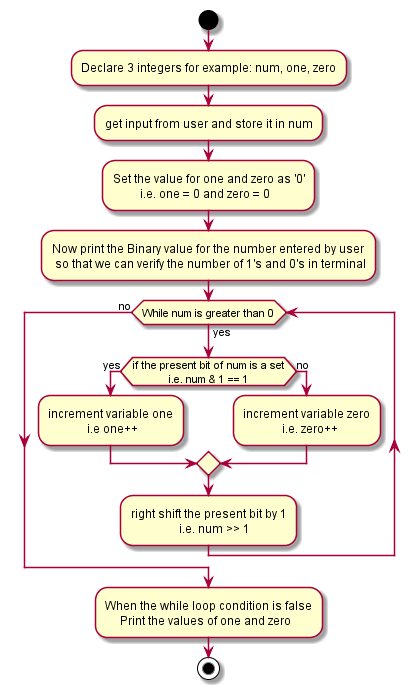
The PlantUML diagram assets/Binary-Zeros-Ones-of-Decimal-Number.png in Pranau-R/Binary-Zeros-Ones-of-Decimal-Number, before a commit.
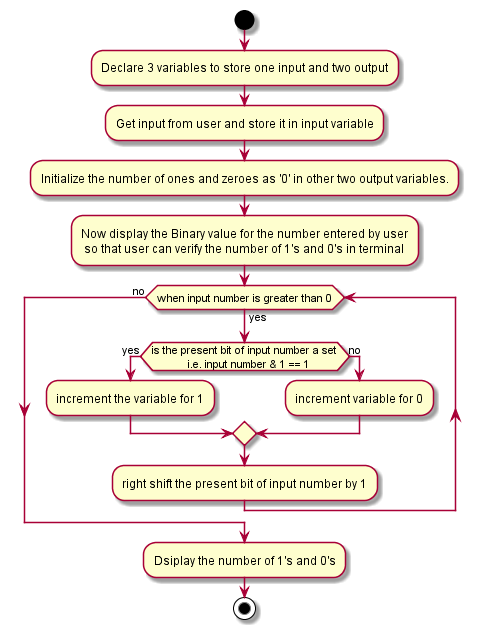
Above is the later version.

Change to the diagram source:
```diff
@@ -2,25 +2,20 @@
 
 start
 
-:Declare 3 integers for example: num, one, zero;
-:get input from user and store it in num;
-:Set the value for one and zero as '0'
-         i.e. one = 0 and zero = 0;
-:Now print the Binary value for the number entered by user
- so that we can verify the number of 1's and 0's in terminal;
-while (While num is greater than 0) is (yes)
-    if (if the present bit of num is a set\n            i.e. num & 1 == 1) then (yes)
-    :increment variable one
-                 i.e one++;
+:Declare 3 variables to store one input and two output;
+:Get input from user and store it in input variable;
+:Initialize the number of ones and zeroes as '0' in other two output variables.;
+:Now display the Binary value for the number entered by user
+ so that user can verify the number of 1's and 0's in terminal;
+while (when input number is greater than 0) is (yes)
+    if (is the present bit of input number a set\n            i.e. input number & 1 == 1) then (yes)
+    :increment the variable for 1;
     else (no)
-    :increment variable zero
-                 i.e. zero++;
+    :increment variable for 0;
     endif
-:right shift the present bit by 1
-                i.e. num >> 1;
+:right shift the present bit of input number by 1;
 endwhile (no)
-:When the while loop condition is false
-     Print the values of one and zero;
+:Dsiplay the number of 1's and 0's;
 
 stop
 
```
